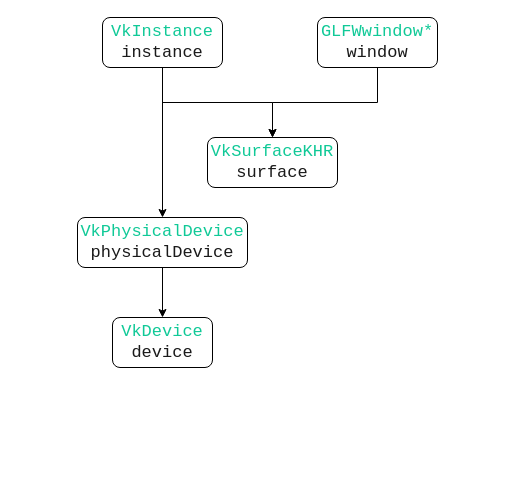
Earlier version of the draw.io diagram Untitled Diagram.drawio (hooyuser/Vulkan_Relation_Graph). Source tidied: cells renumbered, new cells numbered last; positions are measured from the earlier drawing's top-left corner, leaving out a move shared by most shapes. Both pictures are drawn from the tidied source at 100%, with x=0, y=0 at pixel (77, 17).
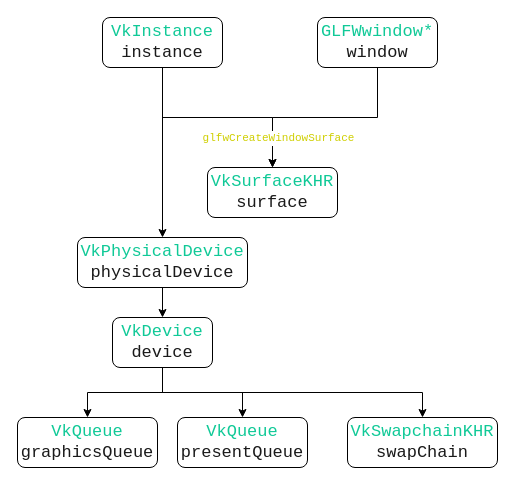
The same diagram, later.

Diff of the diagram source:
```diff
@@
 <mxGraphModel>
   <root>
     <mxCell id="0" />
     <mxCell id="1" parent="0" />
     <mxCell id="2" style="edgeStyle=orthogonalEdgeStyle;rounded=0;jettySize=auto;html=1;exitX=0.5;exitY=1;exitDx=0;exitDy=0;" parent="1" edge="1" source="4" target="5">
       <mxGeometry relative="1" as="geometry" />
     </mxCell>
     <mxCell id="3" style="edgeStyle=orthogonalEdgeStyle;rounded=0;jettySize=auto;html=1;exitX=0.5;exitY=1;exitDx=0;exitDy=0;" parent="1" edge="1" source="4" target="9">
       <mxGeometry relative="1" as="geometry" />
     </mxCell>
     <mxCell id="4" value="&lt;font face=&quot;Consolas&quot; style=&quot;font-size: 17px&quot;&gt;&lt;span style=&quot;color: rgb(16 , 201 , 151)&quot;&gt;VkInstance&lt;/span&gt;&lt;br&gt;&lt;span&gt;&lt;font color=&quot;#1a1a1a&quot; style=&quot;font-size: 17px&quot;&gt;instance&lt;/font&gt;&lt;/span&gt;&lt;br&gt;&lt;/font&gt;" style="rounded=1;whiteSpace=wrap;html=1;" parent="1" vertex="1">
       <mxGeometry x="25" width="120" height="50" as="geometry" />
     </mxCell>
     <mxCell id="5" value="&lt;font face=&quot;Consolas&quot;&gt;&lt;font color=&quot;#10c997&quot;&gt;&lt;span style=&quot;font-size: 17px&quot;&gt;VkSurfaceKHR&lt;/span&gt;&lt;/font&gt;&lt;br&gt;&lt;font color=&quot;#1a1a1a&quot;&gt;&lt;span style=&quot;font-size: 17px&quot;&gt;surface&lt;/span&gt;&lt;/font&gt;&lt;br&gt;&lt;/font&gt;" style="rounded=1;whiteSpace=wrap;html=1;" parent="1" vertex="1">
-      <mxGeometry x="130" y="120" width="130" height="50" as="geometry" />
+      <mxGeometry x="130" y="150" width="130" height="50" as="geometry" />
     </mxCell>
-    <mxCell id="6" style="edgeStyle=orthogonalEdgeStyle;rounded=0;jettySize=auto;html=1;exitX=0.5;exitY=1;exitDx=0;exitDy=0;entryX=0.5;entryY=0;entryDx=0;entryDy=0;" parent="1" edge="1" source="7" target="5">
+    <mxCell id="6" style="edgeStyle=orthogonalEdgeStyle;rounded=0;jettySize=auto;exitX=0.5;exitY=1;exitDx=0;exitDy=0;entryX=0.5;entryY=0;entryDx=0;entryDy=0;html=1;labelPosition=center;verticalLabelPosition=bottom;align=center;verticalAlign=top;textDirection=ltr;" parent="1" edge="1" source="7" target="5">
       <mxGeometry relative="1" as="geometry" />
     </mxCell>
+    <mxCell id="11" value="&lt;font face=&quot;Consolas&quot; color=&quot;#cfcf00&quot;&gt;glfwCreateWindowSurface&lt;/font&gt;" style="edgeLabel;html=1;align=center;verticalAlign=middle;" parent="6" vertex="1">
+      <mxGeometry x="0.12" y="1" relative="1" as="geometry">
+        <mxPoint x="-35" y="19" as="offset" />
+      </mxGeometry>
+    </mxCell>
     <mxCell id="7" value="&lt;font face=&quot;Consolas&quot;&gt;&lt;font color=&quot;#10c997&quot;&gt;&lt;span style=&quot;font-size: 17px&quot;&gt;GLFWwindow*&lt;/span&gt;&lt;/font&gt;&lt;br&gt;&lt;font color=&quot;#1a1a1a&quot;&gt;&lt;span style=&quot;font-size: 17px&quot;&gt;window&lt;/span&gt;&lt;/font&gt;&lt;br&gt;&lt;/font&gt;" style="rounded=1;whiteSpace=wrap;html=1;" parent="1" vertex="1">
       <mxGeometry x="240" width="120" height="50" as="geometry" />
     </mxCell>
     <mxCell id="8" style="edgeStyle=orthogonalEdgeStyle;rounded=0;jettySize=auto;html=1;exitX=0.5;exitY=1;exitDx=0;exitDy=0;entryX=0.5;entryY=0;entryDx=0;entryDy=0;" parent="1" edge="1" source="9" target="10">
       <mxGeometry relative="1" as="geometry" />
     </mxCell>
     <mxCell id="9" value="&lt;font face=&quot;Consolas&quot;&gt;&lt;font color=&quot;#10c997&quot;&gt;&lt;span style=&quot;font-size: 17px&quot;&gt;VkPhysicalDevice&lt;/span&gt;&lt;/font&gt;&lt;br&gt;&lt;font color=&quot;#1a1a1a&quot;&gt;&lt;span style=&quot;font-size: 17px&quot;&gt;physicalDevice&lt;/span&gt;&lt;/font&gt;&lt;br&gt;&lt;/font&gt;" style="rounded=1;whiteSpace=wrap;html=1;" parent="1" vertex="1">
-      <mxGeometry y="200" width="170" height="50" as="geometry" />
+      <mxGeometry y="220" width="170" height="50" as="geometry" />
     </mxCell>
+    <mxCell id="12" style="edgeStyle=orthogonalEdgeStyle;rounded=0;jettySize=auto;html=1;exitX=0.5;exitY=1;exitDx=0;exitDy=0;entryX=0.5;entryY=0;entryDx=0;entryDy=0;" parent="1" edge="1" source="10" target="15">
+      <mxGeometry relative="1" as="geometry" />
+    </mxCell>
+    <mxCell id="13" style="edgeStyle=orthogonalEdgeStyle;rounded=0;jettySize=auto;html=1;exitX=0.5;exitY=1;exitDx=0;exitDy=0;entryX=0.5;entryY=0;entryDx=0;entryDy=0;" parent="1" edge="1" source="10" target="17">
+      <mxGeometry relative="1" as="geometry" />
+    </mxCell>
+    <mxCell id="14" style="edgeStyle=orthogonalEdgeStyle;rounded=0;jettySize=auto;html=1;exitX=0.5;exitY=1;exitDx=0;exitDy=0;entryX=0.5;entryY=0;entryDx=0;entryDy=0;" parent="1" edge="1" source="10" target="16">
+      <mxGeometry relative="1" as="geometry" />
+    </mxCell>
     <mxCell id="10" value="&lt;font face=&quot;Consolas&quot;&gt;&lt;font color=&quot;#10c997&quot;&gt;&lt;span style=&quot;font-size: 17px&quot;&gt;VkDevice&lt;/span&gt;&lt;/font&gt;&lt;br&gt;&lt;font color=&quot;#1a1a1a&quot;&gt;&lt;span style=&quot;font-size: 17px&quot;&gt;device&lt;/span&gt;&lt;/font&gt;&lt;br&gt;&lt;/font&gt;" style="rounded=1;whiteSpace=wrap;html=1;" parent="1" vertex="1">
       <mxGeometry x="35" y="300" width="100" height="50" as="geometry" />
     </mxCell>
+    <mxCell id="15" value="&lt;font face=&quot;Consolas&quot;&gt;&lt;font color=&quot;#10c997&quot;&gt;&lt;span style=&quot;font-size: 17px&quot;&gt;VkQueue&lt;/span&gt;&lt;/font&gt;&lt;br&gt;&lt;font color=&quot;#1a1a1a&quot;&gt;&lt;span style=&quot;font-size: 17px&quot;&gt;graphicsQueue&lt;/span&gt;&lt;/font&gt;&lt;br&gt;&lt;/font&gt;" style="rounded=1;whiteSpace=wrap;html=1;" parent="1" vertex="1">
+      <mxGeometry x="-60" y="400" width="140" height="50" as="geometry" />
+    </mxCell>
+    <mxCell id="16" value="&lt;font face=&quot;Consolas&quot;&gt;&lt;font color=&quot;#10c997&quot;&gt;&lt;span style=&quot;font-size: 17px&quot;&gt;VkSwapchainKHR&lt;/span&gt;&lt;/font&gt;&lt;br&gt;&lt;font color=&quot;#1a1a1a&quot;&gt;&lt;span style=&quot;font-size: 17px&quot;&gt;swapChain&lt;/span&gt;&lt;/font&gt;&lt;br&gt;&lt;/font&gt;" style="rounded=1;whiteSpace=wrap;html=1;" parent="1" vertex="1">
+      <mxGeometry x="270" y="400" width="150" height="50" as="geometry" />
+    </mxCell>
+    <mxCell id="17" value="&lt;font face=&quot;Consolas&quot;&gt;&lt;font color=&quot;#10c997&quot;&gt;&lt;span style=&quot;font-size: 17px&quot;&gt;VkQueue&lt;/span&gt;&lt;/font&gt;&lt;br&gt;&lt;font color=&quot;#1a1a1a&quot;&gt;&lt;span style=&quot;font-size: 17px&quot;&gt;presentQueue&lt;/span&gt;&lt;/font&gt;&lt;br&gt;&lt;/font&gt;" style="rounded=1;whiteSpace=wrap;html=1;" parent="1" vertex="1">
+      <mxGeometry x="100" y="400" width="130" height="50" as="geometry" />
+    </mxCell>
   </root>
 </mxGraphModel>
```
